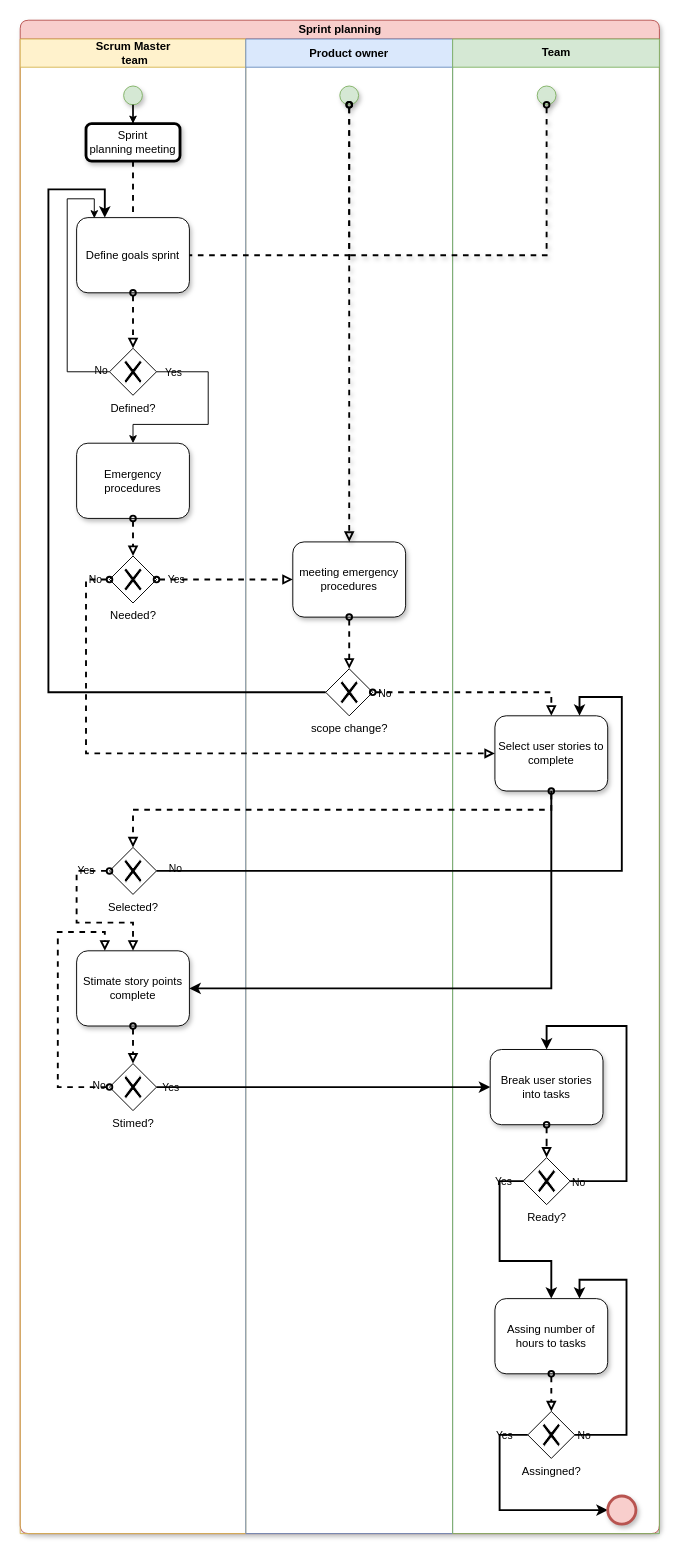
This is page "Sprint_planning" (3 of 10) of BPMN_Pre-game.drawio from JavierCabreraDev/Metodologia_Practica, a draw.io file, before an edit. Source tidied: cells renumbered, new cells numbered last; positions are measured from the earlier drawing's top-left corner, leaving out a move shared by most shapes. Both pictures are drawn from the tidied source at 94%, with x=0, y=0 at pixel (20, 20).
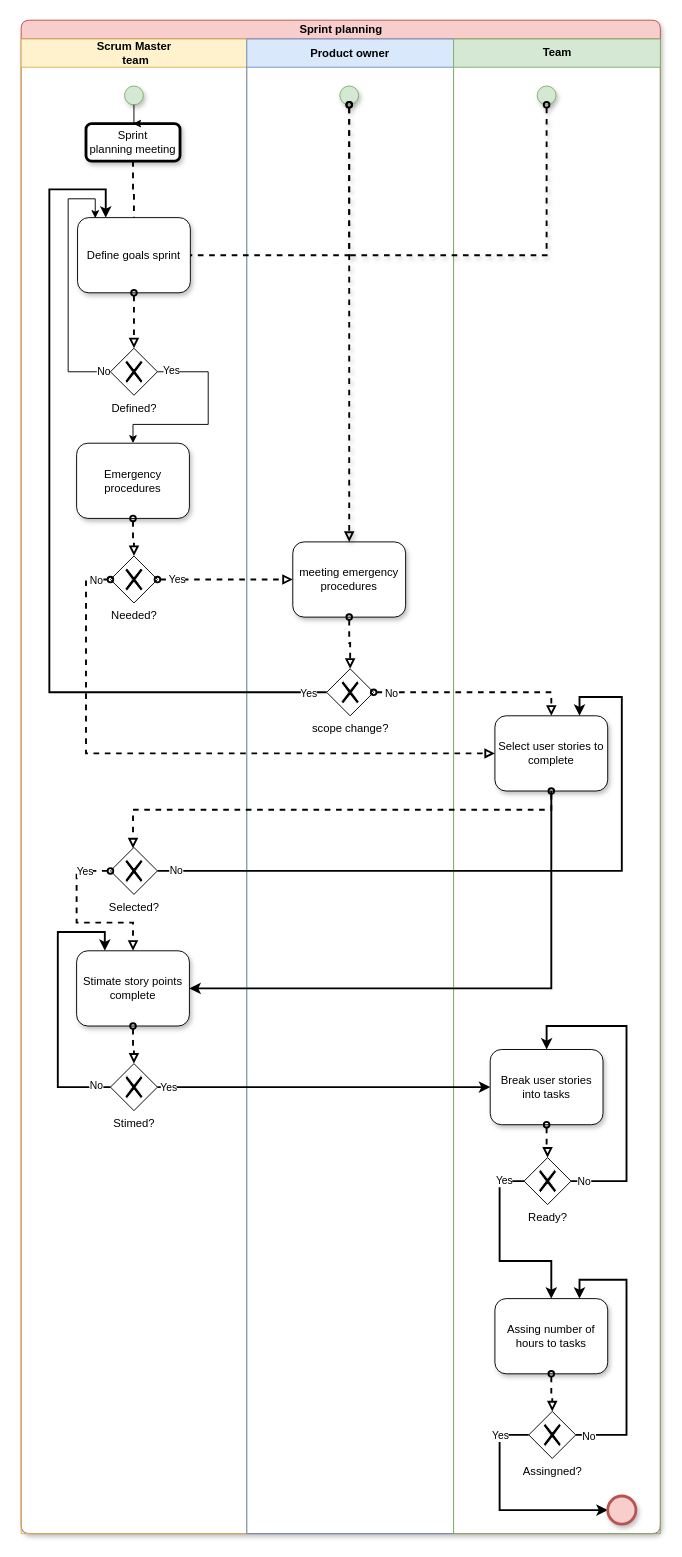
Above is the later version.

Unchanged cells that the change refers to:
```xml
<mxCell id="6" style="edgeStyle=orthogonalEdgeStyle;rounded=0;jettySize=auto;html=1;entryX=0.157;entryY=0.008;entryDx=0;entryDy=0;startArrow=none;startFill=0;endArrow=classic;endFill=1;strokeWidth=1;entryPerimeter=0;labelBackgroundColor=none;" parent="3" edge="1" source="8" target="5">
  <mxGeometry relative="1" as="geometry">
    <Array as="points">
      <mxPoint x="50" y="354" />
      <mxPoint x="50" y="170" />
      <mxPoint x="79" y="170" />
    </Array>
  </mxGeometry>
</mxCell>
<mxCell id="12" value="Stimed?" style="shape=mxgraph.bpmn.shape;html=1;verticalLabelPosition=bottom;labelBackgroundColor=none;verticalAlign=top;align=center;perimeter=rhombusPerimeter;background=gateway;outlineConnect=0;outline=none;symbol=exclusiveGw;" parent="3" vertex="1">
  <mxGeometry x="95" y="1090" width="50" height="50" as="geometry" />
</mxCell>
<mxCell id="18" style="edgeStyle=orthogonalEdgeStyle;rounded=0;jettySize=auto;html=1;entryX=0.25;entryY=0;entryDx=0;entryDy=0;startArrow=none;startFill=0;endArrow=classic;endFill=1;strokeWidth=2;labelBackgroundColor=none;" parent="2" edge="1" source="14" target="5">
  <mxGeometry relative="1" as="geometry">
    <Array as="points">
      <mxPoint x="30" y="715" />
      <mxPoint x="30" y="180" />
      <mxPoint x="90" y="180" />
    </Array>
  </mxGeometry>
</mxCell>
<mxCell id="21" value="Stimate story points complete" style="shape=ext;rounded=1;html=1;whiteSpace=wrap;shadow=1;glass=0;labelBackgroundColor=none;" parent="1" vertex="1">
  <mxGeometry x="60" y="990" width="120" height="80" as="geometry" />
</mxCell>
<mxCell id="32" style="edgeStyle=orthogonalEdgeStyle;rounded=0;jettySize=auto;html=1;startArrow=none;startFill=0;endArrow=classic;endFill=1;strokeWidth=1;entryX=0.5;entryY=0;entryDx=0;entryDy=0;labelBackgroundColor=none;" parent="1" edge="1" source="8" target="31">
  <mxGeometry relative="1" as="geometry">
    <Array as="points">
      <mxPoint x="200" y="374" />
      <mxPoint x="200" y="430" />
      <mxPoint x="120" y="430" />
    </Array>
  </mxGeometry>
</mxCell>
<mxCell id="36" style="edgeStyle=orthogonalEdgeStyle;rounded=0;jettySize=auto;html=1;entryX=0;entryY=0.5;entryDx=0;entryDy=0;dashed=1;startArrow=oval;startFill=0;endArrow=block;endFill=0;strokeWidth=2;labelBackgroundColor=none;" parent="1" edge="1" source="10" target="22">
  <mxGeometry relative="1" as="geometry" />
</mxCell>
<mxCell id="41" style="edgeStyle=orthogonalEdgeStyle;rounded=0;jettySize=auto;html=1;entryX=0.5;entryY=0;entryDx=0;entryDy=0;dashed=1;startArrow=oval;startFill=0;endArrow=block;endFill=0;strokeWidth=2;labelBackgroundColor=none;" parent="1" edge="1" source="14" target="23">
  <mxGeometry relative="1" as="geometry" />
</mxCell>
<mxCell id="43" style="edgeStyle=orthogonalEdgeStyle;rounded=0;jettySize=auto;html=1;entryX=0;entryY=0.5;entryDx=0;entryDy=0;dashed=1;startArrow=oval;startFill=0;endArrow=block;endFill=0;strokeWidth=2;labelBackgroundColor=none;" parent="1" edge="1" source="10" target="23">
  <mxGeometry relative="1" as="geometry">
    <Array as="points">
      <mxPoint x="70" y="595" />
      <mxPoint x="70" y="780" />
    </Array>
  </mxGeometry>
</mxCell>
<mxCell id="46" style="edgeStyle=orthogonalEdgeStyle;rounded=0;jettySize=auto;html=1;entryX=0.5;entryY=0;entryDx=0;entryDy=0;dashed=1;startArrow=oval;startFill=0;endArrow=block;endFill=0;strokeWidth=2;labelBackgroundColor=none;" parent="1" edge="1" source="11" target="21">
  <mxGeometry relative="1" as="geometry">
    <Array as="points">
      <mxPoint x="60" y="905" />
      <mxPoint x="60" y="960" />
      <mxPoint x="120" y="960" />
    </Array>
  </mxGeometry>
</mxCell>
<mxCell id="48" style="edgeStyle=orthogonalEdgeStyle;rounded=0;jettySize=auto;html=1;entryX=0.75;entryY=0;entryDx=0;entryDy=0;startArrow=none;startFill=0;endArrow=classic;endFill=1;strokeWidth=2;labelBackgroundColor=none;" parent="1" edge="1" source="11" target="23">
  <mxGeometry relative="1" as="geometry">
    <Array as="points">
      <mxPoint x="640" y="905" />
      <mxPoint x="640" y="720" />
      <mxPoint x="595" y="720" />
    </Array>
  </mxGeometry>
</mxCell>
<mxCell id="51" style="edgeStyle=orthogonalEdgeStyle;rounded=0;jettySize=auto;html=1;startArrow=none;startFill=0;endArrow=classic;endFill=1;strokeWidth=2;labelBackgroundColor=none;" parent="1" edge="1" source="12" target="20">
  <mxGeometry relative="1" as="geometry" />
</mxCell>
<mxCell id="56" style="edgeStyle=orthogonalEdgeStyle;rounded=0;jettySize=auto;html=1;entryX=0.5;entryY=0;entryDx=0;entryDy=0;startArrow=none;startFill=0;endArrow=classic;endFill=1;strokeWidth=2;labelBackgroundColor=none;" parent="1" edge="1" source="16" target="20">
  <mxGeometry relative="1" as="geometry">
    <Array as="points">
      <mxPoint x="645" y="1235" />
      <mxPoint x="645" y="1070" />
      <mxPoint x="560" y="1070" />
    </Array>
  </mxGeometry>
</mxCell>
<mxCell id="58" style="edgeStyle=orthogonalEdgeStyle;rounded=0;jettySize=auto;html=1;entryX=0.5;entryY=0;entryDx=0;entryDy=0;startArrow=none;startFill=0;endArrow=classic;endFill=1;strokeWidth=2;labelBackgroundColor=none;" parent="1" edge="1" source="16" target="19">
  <mxGeometry relative="1" as="geometry">
    <Array as="points">
      <mxPoint x="510" y="1235" />
      <mxPoint x="510" y="1320" />
      <mxPoint x="565" y="1320" />
    </Array>
  </mxGeometry>
</mxCell>
<mxCell id="60" style="edgeStyle=orthogonalEdgeStyle;rounded=0;jettySize=auto;html=1;entryX=0.75;entryY=0;entryDx=0;entryDy=0;startArrow=none;startFill=0;endArrow=classic;endFill=1;strokeWidth=2;labelBackgroundColor=none;" parent="1" edge="1" source="17" target="19">
  <mxGeometry relative="1" as="geometry">
    <Array as="points">
      <mxPoint x="645" y="1505" />
      <mxPoint x="645" y="1340" />
      <mxPoint x="595" y="1340" />
    </Array>
  </mxGeometry>
</mxCell>
<mxCell id="62" style="edgeStyle=orthogonalEdgeStyle;rounded=0;jettySize=auto;html=1;entryX=0;entryY=0.5;entryDx=0;entryDy=0;startArrow=none;startFill=0;endArrow=classic;endFill=1;strokeWidth=2;labelBackgroundColor=none;" parent="1" edge="1" source="17" target="64">
  <mxGeometry relative="1" as="geometry">
    <Array as="points">
      <mxPoint x="510" y="1505" />
      <mxPoint x="510" y="1585" />
    </Array>
  </mxGeometry>
</mxCell>
```

Diff of the diagram source:
```diff
@@
     <mxCell id="2" value="Sprint planning" style="swimlane;html=1;startSize=20;shadow=1;glass=0;fillColor=#f8cecc;strokeColor=#b85450;rounded=1;swimlaneFillColor=#ffffff;labelBackgroundColor=none;" parent="1" vertex="1">
-      <mxGeometry width="680" height="1610" as="geometry" />
+      <mxGeometry x="1" width="680" height="1610" as="geometry" />
     </mxCell>
@@
-    <mxCell id="7" value="No" style="edgeLabel;html=1;align=center;verticalAlign=middle;labelBackgroundColor=none;" parent="6" vertex="1">
-      <mxGeometry x="-0.93" y="-2" relative="1" as="geometry" />
-    </mxCell>
+    <mxCell id="65" value="No" style="edgeLabel;html=1;align=center;verticalAlign=middle;" parent="6" vertex="1">
+      <mxGeometry x="-0.94" y="-1" relative="1" as="geometry" />
+    </mxCell>
@@
+    <mxCell id="66" value="Yes" style="edgeLabel;html=1;align=center;verticalAlign=middle;" parent="18" vertex="1">
+      <mxGeometry x="-0.98" y="2" relative="1" as="geometry">
+        <mxPoint x="-10.8" y="-2" as="offset" />
+      </mxGeometry>
+    </mxCell>
@@
-    <mxCell id="33" value="Yes" style="edgeLabel;html=1;align=center;verticalAlign=middle;labelBackgroundColor=none;" parent="32" vertex="1">
-      <mxGeometry x="-0.84" relative="1" as="geometry" />
-    </mxCell>
+    <mxCell id="67" value="Yes" style="edgeLabel;html=1;align=center;verticalAlign=middle;" parent="32" vertex="1">
+      <mxGeometry x="-0.87" y="2" relative="1" as="geometry" />
+    </mxCell>
@@
-    <mxCell id="37" value="Yes" style="edgeLabel;html=1;align=center;verticalAlign=middle;labelBackgroundColor=none;" parent="36" vertex="1">
-      <mxGeometry x="-0.73" y="1" relative="1" as="geometry" />
-    </mxCell>
+    <mxCell id="68" value="Yes" style="edgeLabel;html=1;align=center;verticalAlign=middle;" parent="36" vertex="1">
+      <mxGeometry x="-0.72" y="1" relative="1" as="geometry" />
+    </mxCell>
@@
-    <mxCell id="42" value="No" style="edgeLabel;html=1;align=center;verticalAlign=middle;labelBackgroundColor=none;" parent="41" vertex="1">
-      <mxGeometry x="-0.81" y="4" relative="1" as="geometry">
-        <mxPoint x="-7.7" y="4" as="offset" />
-      </mxGeometry>
-    </mxCell>
+    <mxCell id="69" value="No" style="edgeLabel;html=1;align=center;verticalAlign=middle;" parent="41" vertex="1">
+      <mxGeometry x="-0.83" relative="1" as="geometry" />
+    </mxCell>
@@
-    <mxCell id="44" value="No" style="edgeLabel;html=1;align=center;verticalAlign=middle;labelBackgroundColor=none;" parent="43" vertex="1">
-      <mxGeometry x="-0.95" y="-1" relative="1" as="geometry" />
-    </mxCell>
+    <mxCell id="70" value="No" style="edgeLabel;html=1;align=center;verticalAlign=middle;" parent="43" vertex="1">
+      <mxGeometry x="-0.95" relative="1" as="geometry" />
+    </mxCell>
@@
-    <mxCell id="47" value="Yes" style="edgeLabel;html=1;align=center;verticalAlign=middle;labelBackgroundColor=none;" parent="46" vertex="1">
-      <mxGeometry x="-0.71" y="-1" relative="1" as="geometry" />
-    </mxCell>
+    <mxCell id="71" value="Yes" style="edgeLabel;html=1;align=center;verticalAlign=middle;" parent="46" vertex="1">
+      <mxGeometry x="-0.69" relative="1" as="geometry" />
+    </mxCell>
@@
-    <mxCell id="49" value="No" style="edgeLabel;html=1;align=center;verticalAlign=middle;labelBackgroundColor=none;" parent="48" vertex="1">
-      <mxGeometry x="-0.95" y="3" relative="1" as="geometry" />
-    </mxCell>
+    <mxCell id="72" value="No" style="edgeLabel;html=1;align=center;verticalAlign=middle;" parent="48" vertex="1">
+      <mxGeometry x="-0.95" y="1" relative="1" as="geometry" />
+    </mxCell>
@@
-    <mxCell id="52" value="Yes" style="edgeLabel;html=1;align=center;verticalAlign=middle;labelBackgroundColor=none;" parent="51" vertex="1">
-      <mxGeometry x="-0.92" relative="1" as="geometry" />
-    </mxCell>
+    <mxCell id="73" value="Yes" style="edgeLabel;html=1;align=center;verticalAlign=middle;" parent="51" vertex="1">
+      <mxGeometry x="-0.94" relative="1" as="geometry" />
+    </mxCell>
-    <mxCell id="53" style="edgeStyle=orthogonalEdgeStyle;rounded=0;jettySize=auto;html=1;entryX=0.25;entryY=0;entryDx=0;entryDy=0;dashed=1;startArrow=oval;startFill=0;endArrow=block;endFill=0;strokeWidth=2;exitX=0;exitY=0.5;exitDx=0;exitDy=0;labelBackgroundColor=none;" parent="1" edge="1" source="12" target="21">
+    <mxCell id="53" style="edgeStyle=orthogonalEdgeStyle;rounded=0;jettySize=auto;html=1;entryX=0.25;entryY=0;entryDx=0;entryDy=0;startArrow=none;startFill=0;endArrow=classic;endFill=1;strokeWidth=2;exitX=0;exitY=0.5;exitDx=0;exitDy=0;labelBackgroundColor=none;" parent="1" edge="1" source="12" target="21">
       <mxGeometry relative="1" as="geometry">
         <Array as="points">
           <mxPoint x="40" y="1135" />
           <mxPoint x="40" y="970" />
           <mxPoint x="90" y="970" />
         </Array>
       </mxGeometry>
     </mxCell>
-    <mxCell id="54" value="No" style="edgeLabel;html=1;align=center;verticalAlign=middle;labelBackgroundColor=none;" parent="53" vertex="1">
-      <mxGeometry x="-0.92" y="-2" relative="1" as="geometry" />
-    </mxCell>
+    <mxCell id="74" value="No" style="edgeLabel;html=1;align=center;verticalAlign=middle;" parent="53" vertex="1">
+      <mxGeometry x="-0.89" y="-2" relative="1" as="geometry" />
+    </mxCell>
@@
-    <mxCell id="57" value="No" style="edgeLabel;html=1;align=center;verticalAlign=middle;labelBackgroundColor=none;" parent="56" vertex="1">
-      <mxGeometry x="-0.95" y="-1" relative="1" as="geometry" />
-    </mxCell>
+    <mxCell id="75" value="No" style="edgeLabel;html=1;align=center;verticalAlign=middle;" parent="56" vertex="1">
+      <mxGeometry x="-0.92" relative="1" as="geometry" />
+    </mxCell>
@@
-    <mxCell id="59" value="Yes" style="edgeLabel;html=1;align=center;verticalAlign=middle;labelBackgroundColor=none;" parent="58" vertex="1">
-      <mxGeometry x="-0.79" relative="1" as="geometry" />
-    </mxCell>
+    <mxCell id="76" value="Yes" style="edgeLabel;html=1;align=center;verticalAlign=middle;" parent="58" vertex="1">
+      <mxGeometry x="-0.79" y="-1" relative="1" as="geometry" />
+    </mxCell>
@@
-    <mxCell id="61" value="No" style="edgeLabel;html=1;align=center;verticalAlign=middle;labelBackgroundColor=none;" parent="60" vertex="1">
-      <mxGeometry x="-0.94" relative="1" as="geometry" />
-    </mxCell>
+    <mxCell id="77" value="No" style="edgeLabel;html=1;align=center;verticalAlign=middle;" parent="60" vertex="1">
+      <mxGeometry x="-0.91" y="-1" relative="1" as="geometry" />
+    </mxCell>
@@
-    <mxCell id="63" value="Yes" style="edgeLabel;html=1;align=center;verticalAlign=middle;labelBackgroundColor=none;" parent="62" vertex="1">
-      <mxGeometry x="-0.77" relative="1" as="geometry" />
-    </mxCell>
+    <mxCell id="78" value="Yes" style="edgeLabel;html=1;align=center;verticalAlign=middle;" parent="62" vertex="1">
+      <mxGeometry x="-0.73" y="-1" relative="1" as="geometry">
+        <mxPoint x="1" as="offset" />
+      </mxGeometry>
+    </mxCell>
```
